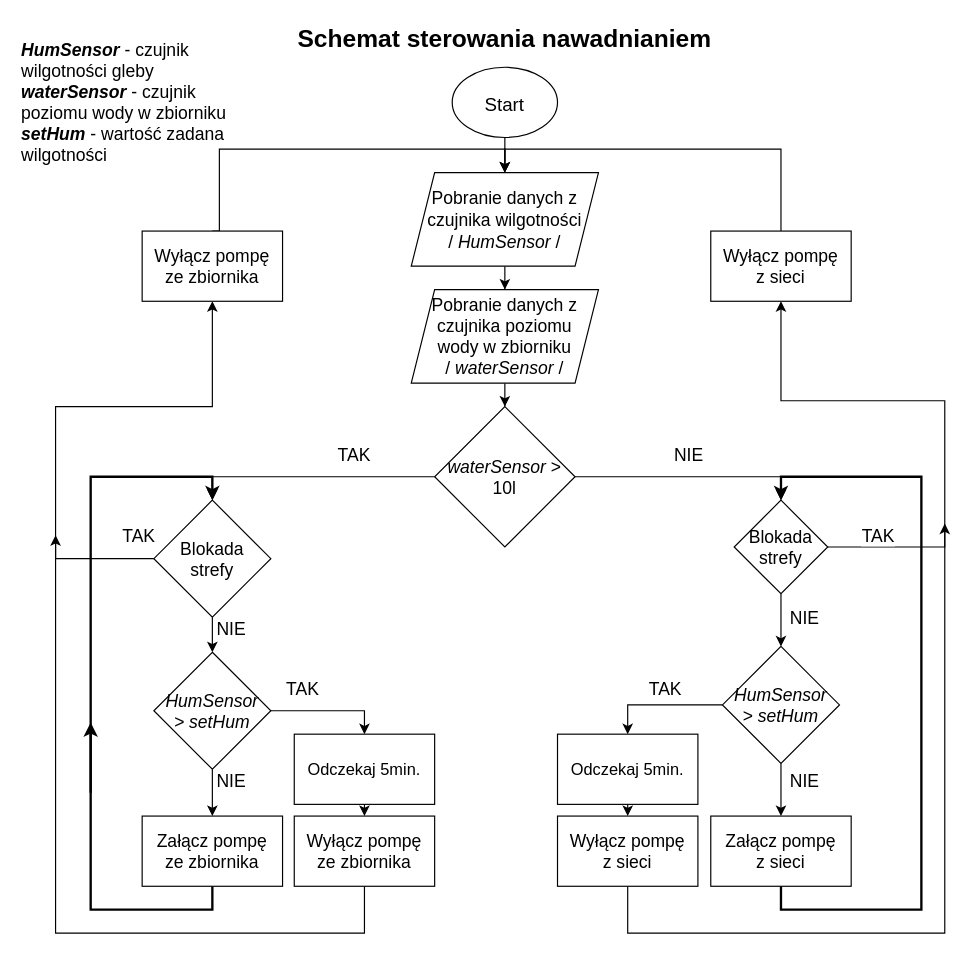
Earlier version of the draw.io diagram Schematy_działania_funkcji/Podlewanie/Nawadnianie.drawio (AgniechaP/Sterowanie-szklarnia). Source tidied: cells renumbered, new cells numbered last; positions are measured from the earlier drawing's top-left corner, leaving out a move shared by most shapes. Both pictures are drawn from the tidied source at 117%, with x=0, y=0 at pixel (20, 20).
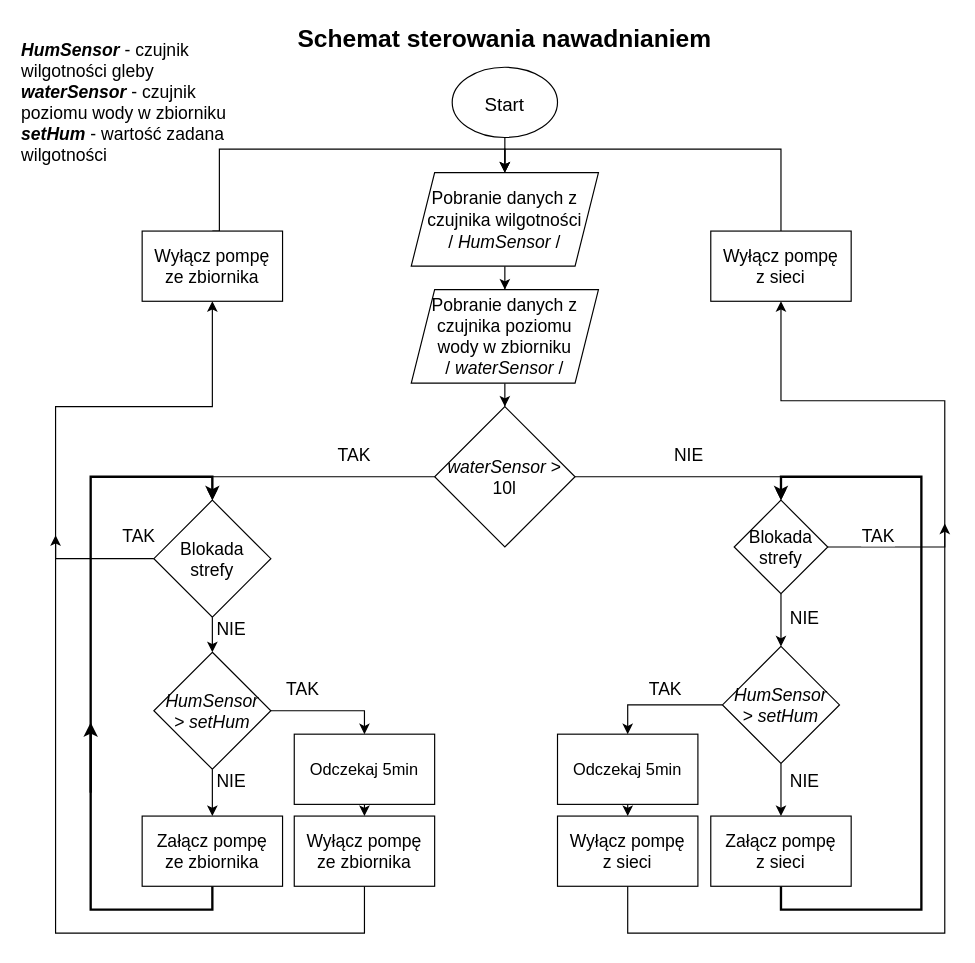
The same page after the edit.

What changed in the source:
```diff
@@
-    <mxCell id="43" value="&lt;font style=&quot;font-size: 14px&quot;&gt;Odczekaj 5min.&lt;/font&gt;" style="rounded=0;whiteSpace=wrap;html=1;" parent="1" vertex="1">
+    <mxCell id="43" value="&lt;font style=&quot;font-size: 14px&quot;&gt;Odczekaj 5min&lt;/font&gt;" style="rounded=0;whiteSpace=wrap;html=1;" parent="1" vertex="1">
       <mxGeometry x="234" y="610" width="120" height="60" as="geometry" />
     </mxCell>
@@
-    <mxCell id="45" value="&lt;font style=&quot;font-size: 14px&quot;&gt;Odczekaj 5min.&lt;/font&gt;" style="rounded=0;whiteSpace=wrap;html=1;" parent="1" vertex="1">
+    <mxCell id="45" value="&lt;font style=&quot;font-size: 14px&quot;&gt;Odczekaj 5min&lt;/font&gt;" style="rounded=0;whiteSpace=wrap;html=1;" parent="1" vertex="1">
       <mxGeometry x="459" y="610" width="120" height="60" as="geometry" />
     </mxCell>
```
